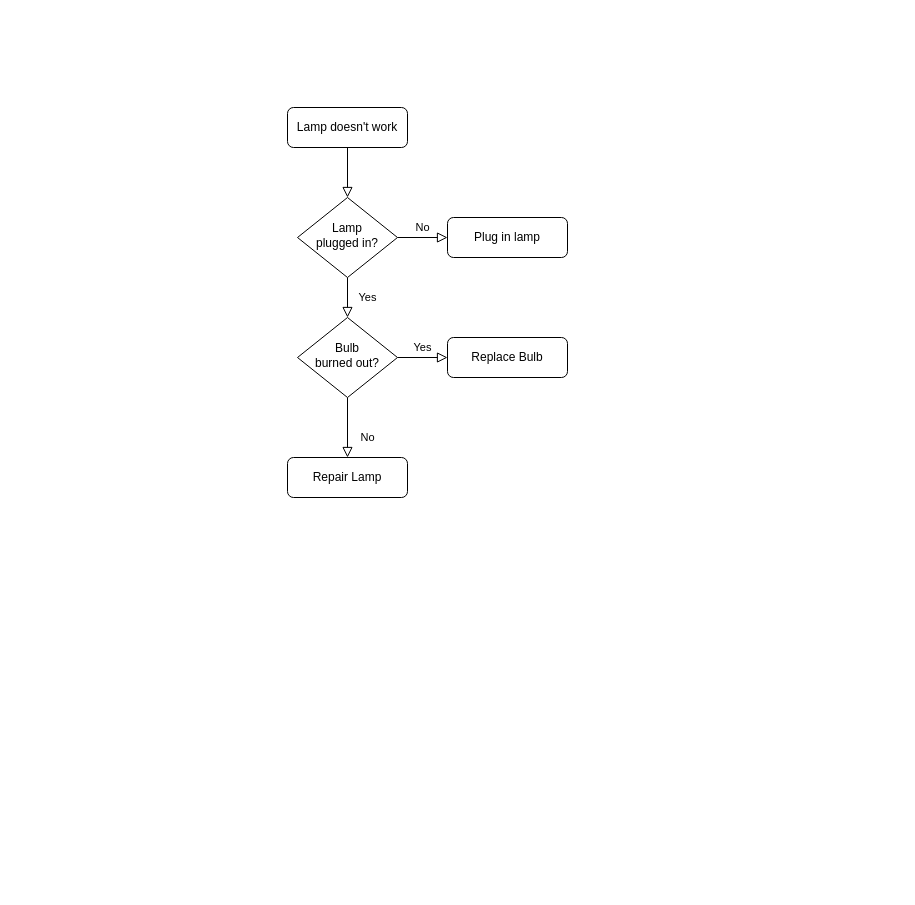
McSonN/edukate keeps this draw.io diagram as Diagram bez tytułu.drawio. Above is the earlier version. Source tidied: cells renumbered, new cells numbered last; positions are measured from the earlier drawing's top-left corner, leaving out a move shared by most shapes. Both pictures are drawn from the tidied source at 100%, with x=0, y=0 at pixel (287, 107).
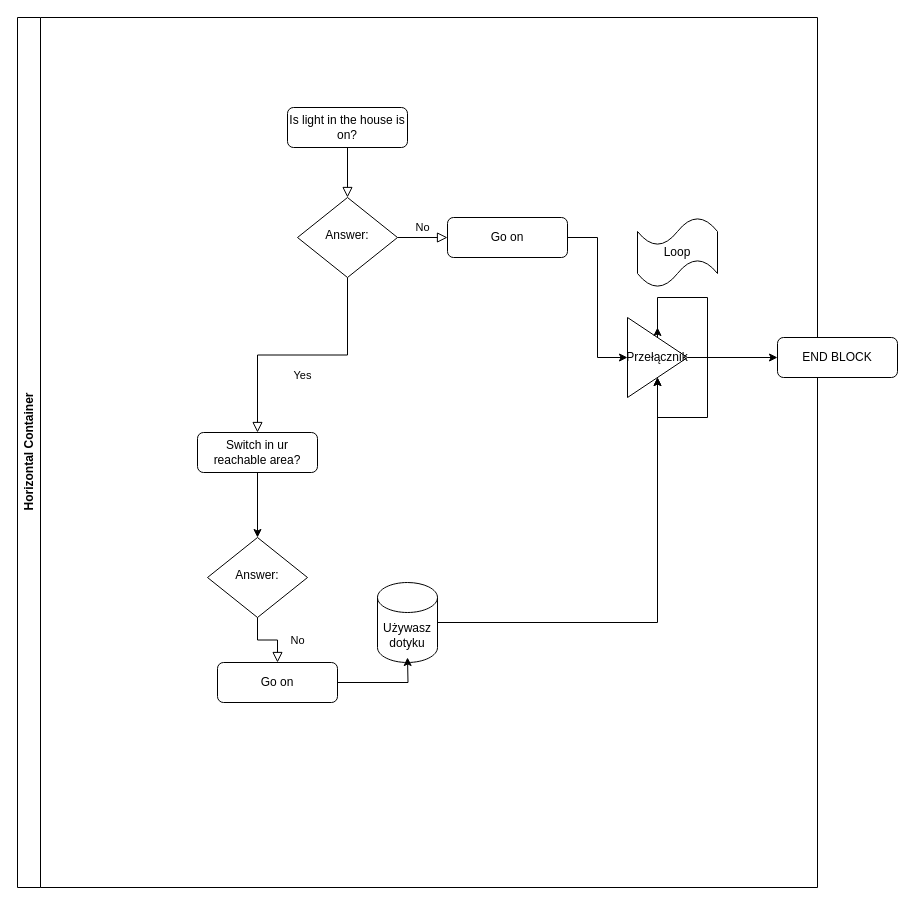
The same diagram, later.

The edit, as a diff of the source:
```diff
@@
-    <mxCell id="3" value="Lamp doesn't work" style="rounded=1;whiteSpace=wrap;html=1;fontSize=12;glass=0;strokeWidth=1;shadow=0;" parent="1" vertex="1">
+    <mxCell id="3" value="Is light in the house is on?" style="rounded=1;whiteSpace=wrap;html=1;fontSize=12;glass=0;strokeWidth=1;shadow=0;" parent="1" vertex="1">
       <mxGeometry width="120" height="40" as="geometry" />
     </mxCell>
-    <mxCell id="4" value="Yes" style="rounded=0;html=1;jettySize=auto;fontSize=11;endArrow=block;endFill=0;endSize=8;strokeWidth=1;shadow=0;labelBackgroundColor=none;edgeStyle=orthogonalEdgeStyle;" parent="1" edge="1" source="6" target="10">
+    <mxCell id="4" value="Yes" style="rounded=0;html=1;jettySize=auto;fontSize=11;endArrow=block;endFill=0;endSize=8;strokeWidth=1;shadow=0;labelBackgroundColor=none;edgeStyle=orthogonalEdgeStyle;" parent="1" edge="1" source="6" target="21">
       <mxGeometry y="20" relative="1" as="geometry" />
     </mxCell>
@@
-    <mxCell id="6" value="Lamp&lt;br&gt;plugged in?" style="rhombus;whiteSpace=wrap;html=1;shadow=0;fontFamily=Helvetica;fontSize=12;align=center;strokeWidth=1;spacing=6;spacingTop=-4;" parent="1" vertex="1">
+    <mxCell id="6" value="Answer:" style="rhombus;whiteSpace=wrap;html=1;shadow=0;fontFamily=Helvetica;fontSize=12;align=center;strokeWidth=1;spacing=6;spacingTop=-4;" parent="1" vertex="1">
       <mxGeometry x="10" y="90" width="100" height="80" as="geometry" />
     </mxCell>
+    <mxCell id="13" style="edgeStyle=orthogonalEdgeStyle;rounded=0;jettySize=auto;html=1;entryX=0;entryY=0.5;entryDx=0;entryDy=0;" parent="1" edge="1" source="7" target="15">
+      <mxGeometry relative="1" as="geometry" />
+    </mxCell>
-    <mxCell id="7" value="Plug in lamp" style="rounded=1;whiteSpace=wrap;html=1;fontSize=12;glass=0;strokeWidth=1;shadow=0;" parent="1" vertex="1">
+    <mxCell id="7" value="Go on" style="rounded=1;whiteSpace=wrap;html=1;fontSize=12;glass=0;strokeWidth=1;shadow=0;" parent="1" vertex="1">
       <mxGeometry x="160" y="110" width="120" height="40" as="geometry" />
     </mxCell>
+    <mxCell id="14" value="Horizontal Container" style="swimlane;horizontal=0;whiteSpace=wrap;html=1;" parent="1" vertex="1">
+      <mxGeometry x="-270" y="-90" width="800" height="870" as="geometry" />
+    </mxCell>
+    <mxCell id="15" value="Przełącznik" style="triangle;whiteSpace=wrap;html=1;" parent="14" vertex="1">
+      <mxGeometry x="610" y="300" width="60" height="80" as="geometry" />
+    </mxCell>
+    <mxCell id="16" style="edgeStyle=orthogonalEdgeStyle;rounded=0;jettySize=auto;html=1;" parent="14" edge="1" source="17" target="15">
+      <mxGeometry relative="1" as="geometry" />
+    </mxCell>
+    <mxCell id="17" value="Używasz dotyku" style="shape=cylinder3;whiteSpace=wrap;html=1;boundedLbl=1;backgroundOutline=1;size=15;" parent="14" vertex="1">
+      <mxGeometry x="360" y="565" width="60" height="80" as="geometry" />
+    </mxCell>
+    <mxCell id="18" style="edgeStyle=orthogonalEdgeStyle;rounded=0;orthogonalLoop=1;jettySize=auto;html=1;exitX=0.5;exitY=0;exitDx=0;exitDy=0;" parent="14" edge="1" source="15" target="15">
+      <mxGeometry relative="1" as="geometry" />
+    </mxCell>
+    <mxCell id="10" value="Answer:" style="rhombus;whiteSpace=wrap;html=1;shadow=0;fontFamily=Helvetica;fontSize=12;align=center;strokeWidth=1;spacing=6;spacingTop=-4;" parent="14" vertex="1">
+      <mxGeometry x="190" y="520" width="100" height="80" as="geometry" />
+    </mxCell>
+    <mxCell id="19" style="edgeStyle=orthogonalEdgeStyle;rounded=0;jettySize=auto;html=1;" parent="14" edge="1" source="11">
+      <mxGeometry relative="1" as="geometry">
+        <mxPoint x="390" y="640" as="targetPoint" />
+      </mxGeometry>
+    </mxCell>
+    <mxCell id="11" value="Go on" style="rounded=1;whiteSpace=wrap;html=1;fontSize=12;glass=0;strokeWidth=1;shadow=0;" parent="14" vertex="1">
+      <mxGeometry x="200" y="645" width="120" height="40" as="geometry" />
+    </mxCell>
-    <mxCell id="8" value="No" style="rounded=0;html=1;jettySize=auto;fontSize=11;endArrow=block;endFill=0;endSize=8;strokeWidth=1;shadow=0;labelBackgroundColor=none;edgeStyle=orthogonalEdgeStyle;" parent="1" edge="1" source="10" target="11">
+    <mxCell id="8" value="No" style="rounded=0;html=1;jettySize=auto;fontSize=11;endArrow=block;endFill=0;endSize=8;strokeWidth=1;shadow=0;labelBackgroundColor=none;edgeStyle=orthogonalEdgeStyle;" parent="14" edge="1" source="10" target="11">
       <mxGeometry x="0.33" y="20" relative="1" as="geometry" />
     </mxCell>
-    <mxCell id="9" value="Yes" style="edgeStyle=orthogonalEdgeStyle;rounded=0;html=1;jettySize=auto;fontSize=11;endArrow=block;endFill=0;endSize=8;strokeWidth=1;shadow=0;labelBackgroundColor=none;" parent="1" edge="1" source="10" target="12">
-      <mxGeometry y="10" relative="1" as="geometry" />
-    </mxCell>
-    <mxCell id="10" value="Bulb&lt;br&gt;burned out?" style="rhombus;whiteSpace=wrap;html=1;shadow=0;fontFamily=Helvetica;fontSize=12;align=center;strokeWidth=1;spacing=6;spacingTop=-4;" parent="1" vertex="1">
-      <mxGeometry x="10" y="210" width="100" height="80" as="geometry" />
-    </mxCell>
-    <mxCell id="11" value="Repair Lamp" style="rounded=1;whiteSpace=wrap;html=1;fontSize=12;glass=0;strokeWidth=1;shadow=0;" parent="1" vertex="1">
-      <mxGeometry y="350" width="120" height="40" as="geometry" />
-    </mxCell>
+    <mxCell id="20" style="edgeStyle=orthogonalEdgeStyle;rounded=0;jettySize=auto;html=1;entryX=0.5;entryY=0;entryDx=0;entryDy=0;" parent="14" edge="1" source="21" target="10">
+      <mxGeometry relative="1" as="geometry" />
+    </mxCell>
+    <mxCell id="21" value="Switch in ur reachable area?" style="rounded=1;whiteSpace=wrap;html=1;fontSize=12;glass=0;strokeWidth=1;shadow=0;" parent="14" vertex="1">
+      <mxGeometry x="180" y="415" width="120" height="40" as="geometry" />
+    </mxCell>
+    <mxCell id="22" style="edgeStyle=orthogonalEdgeStyle;rounded=0;jettySize=auto;html=1;exitX=0.5;exitY=0;exitDx=0;exitDy=0;" parent="14" edge="1" source="15">
+      <mxGeometry relative="1" as="geometry">
+        <mxPoint x="640" y="310" as="targetPoint" />
+      </mxGeometry>
+    </mxCell>
+    <mxCell id="23" value="Loop" style="shape=tape;whiteSpace=wrap;html=1;" parent="14" vertex="1">
+      <mxGeometry x="620" y="200" width="80" height="70" as="geometry" />
+    </mxCell>
-    <mxCell id="12" value="Replace Bulb" style="rounded=1;whiteSpace=wrap;html=1;fontSize=12;glass=0;strokeWidth=1;shadow=0;" parent="1" vertex="1">
-      <mxGeometry x="160" y="230" width="120" height="40" as="geometry" />
+    <mxCell id="12" value="END BLOCK" style="rounded=1;whiteSpace=wrap;html=1;fontSize=12;glass=0;strokeWidth=1;shadow=0;" parent="1" vertex="1">
+      <mxGeometry x="490" y="230" width="120" height="40" as="geometry" />
     </mxCell>
+    <mxCell id="24" style="edgeStyle=orthogonalEdgeStyle;rounded=0;jettySize=auto;html=1;" parent="1" edge="1" source="15" target="12">
+      <mxGeometry relative="1" as="geometry" />
+    </mxCell>
```
